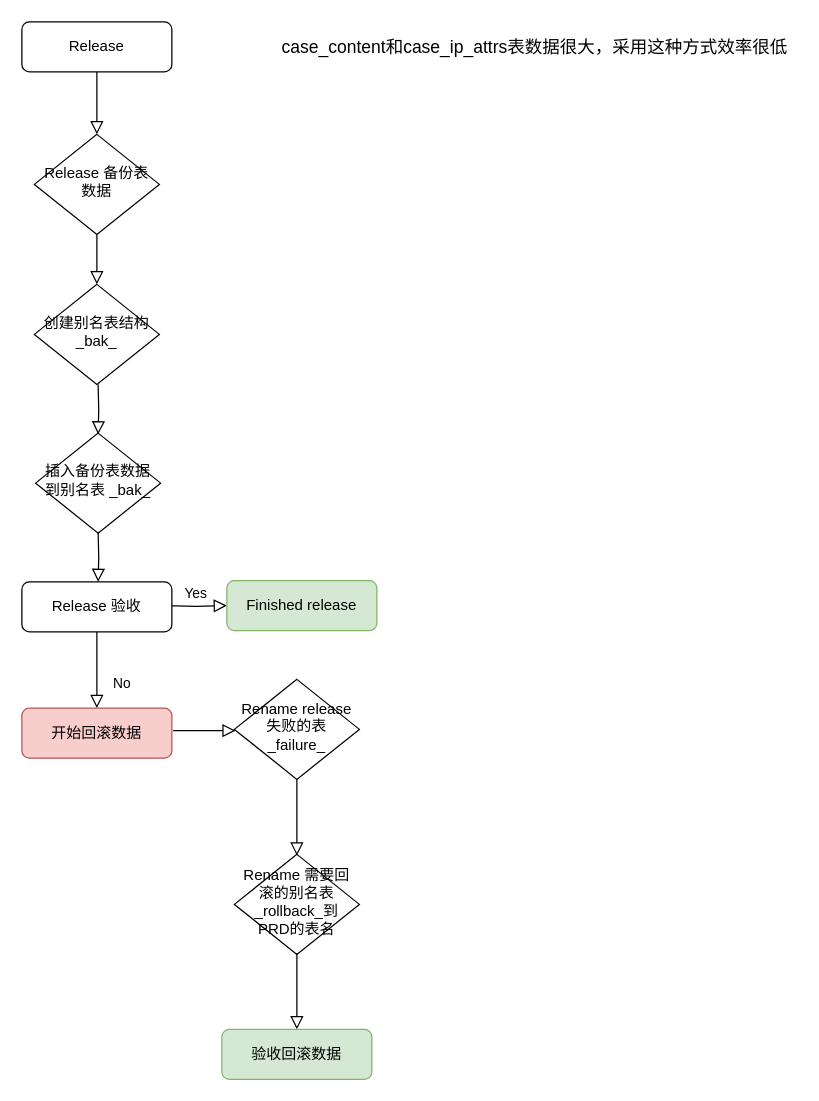
This is release_rollback Diagram.drawio from leiting6/diagrams, a draw.io file, before an edit. Source tidied: cells renumbered, new cells numbered last; positions are measured from the earlier drawing's top-left corner, leaving out a move shared by most shapes. Both pictures are drawn from the tidied source at 125%, with x=0, y=0 at pixel (21, 21).
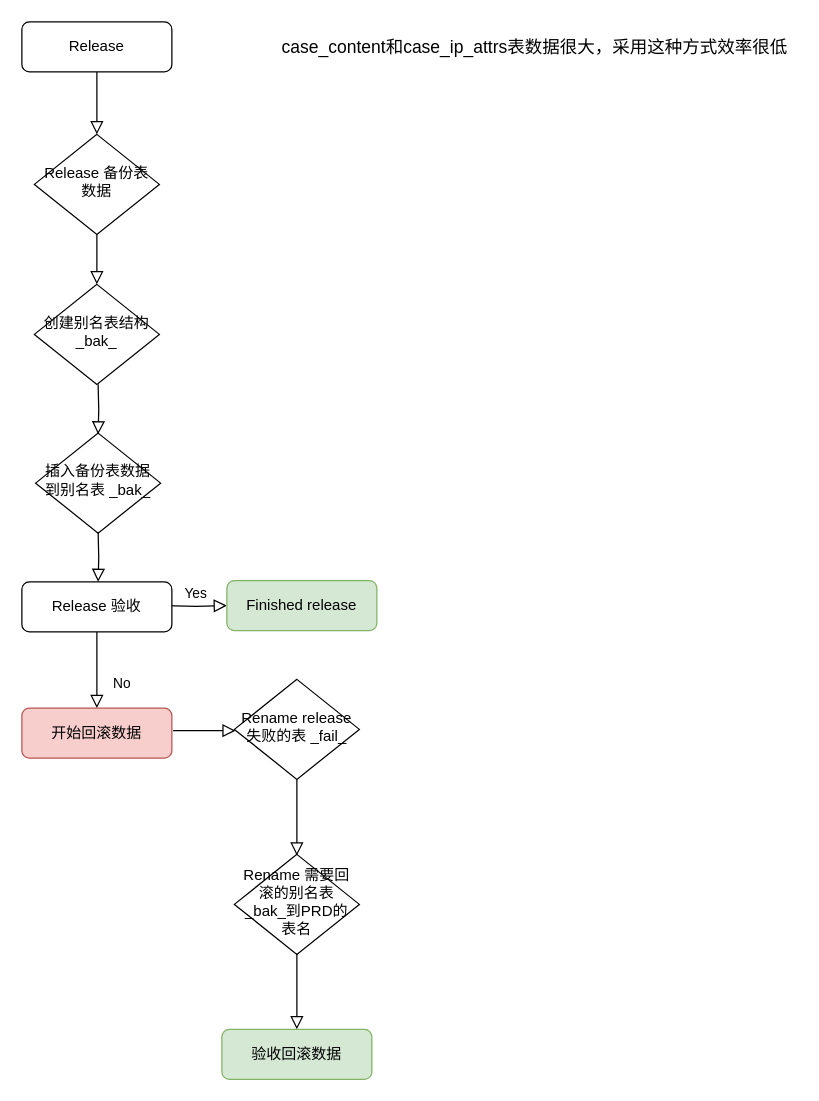
Above is the later version.

Change to the diagram source:
```diff
@@
-    <mxCell id="11" value="Rename release失败的表 _failure_" style="rhombus;whiteSpace=wrap;html=1;shadow=0;fontFamily=Helvetica;fontSize=12;align=center;strokeWidth=1;spacing=6;spacingTop=-4;" parent="1" vertex="1">
+    <mxCell id="11" value="Rename release失败的表 _fail_" style="rhombus;whiteSpace=wrap;html=1;shadow=0;fontFamily=Helvetica;fontSize=12;align=center;strokeWidth=1;spacing=6;spacingTop=-4;" parent="1" vertex="1">
       <mxGeometry x="170" y="526" width="100" height="80" as="geometry" />
     </mxCell>
@@
-    <mxCell id="13" value="Rename 需要回滚的别名表_rollback_到PRD的表名" style="rhombus;whiteSpace=wrap;html=1;shadow=0;fontFamily=Helvetica;fontSize=12;align=center;strokeWidth=1;spacing=6;spacingTop=-4;" parent="1" vertex="1">
+    <mxCell id="13" value="Rename 需要回滚的别名表_bak_到PRD的表名" style="rhombus;whiteSpace=wrap;html=1;shadow=0;fontFamily=Helvetica;fontSize=12;align=center;strokeWidth=1;spacing=6;spacingTop=-4;" parent="1" vertex="1">
       <mxGeometry x="170" y="666" width="100" height="80" as="geometry" />
     </mxCell>
```
